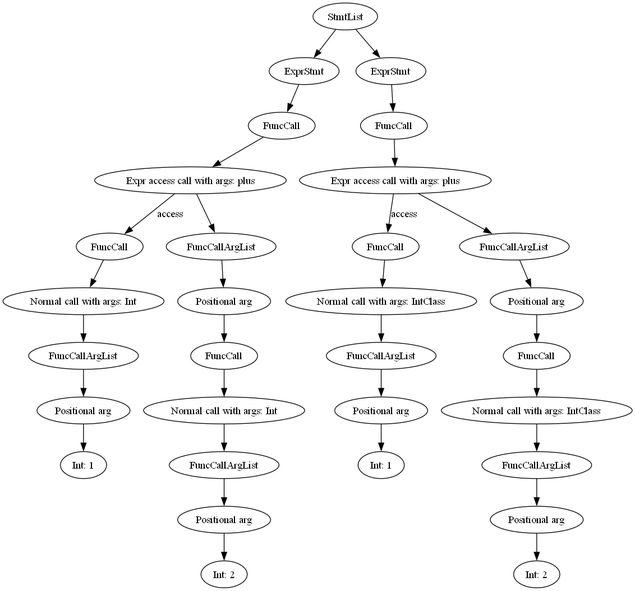
Earlier version of the Graphviz export SwiftLex/swiftSem.png (MatiasMoore/SwiftLexer). Its source is kept beside it as SwiftLex/swiftSem.dot.
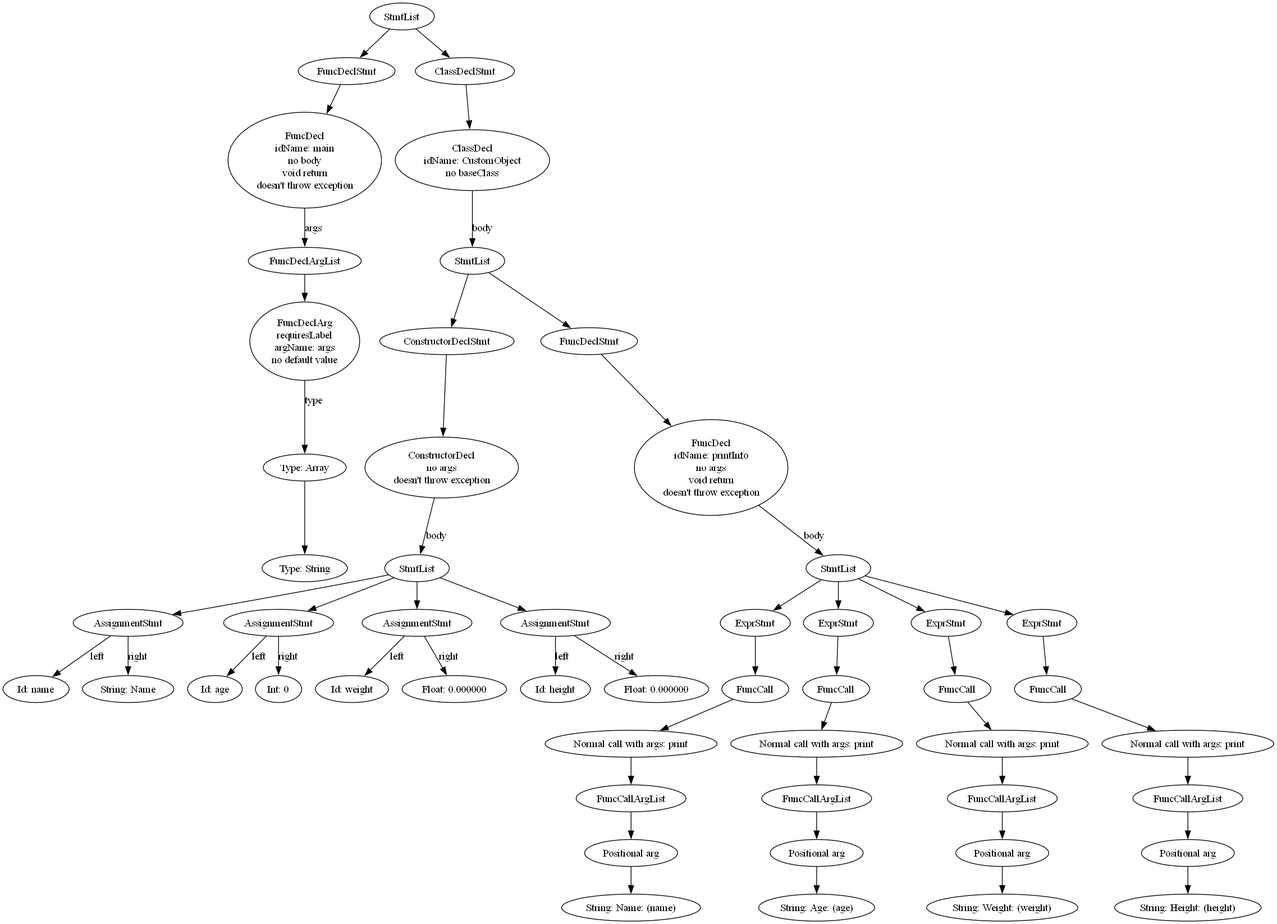
Above is the later version.

Change to the diagram source:
```diff
@@ -1,63 +1,120 @@
 digraph swift {
-4 [label="StmtList"]
-4->3
-3 [label="ExprStmt"]
-3->36
+6 [label="StmtList"]
+6->5
+5 [label="FuncDeclStmt"]
+5->4
+4 [label="FuncDecl
+idName: main
+no body
+void return
+doesn't throw exception"]
+4->3 [label="args"]
+3 [label="FuncDeclArgList"]
+3->2
+2 [label="FuncDeclArg
+requiresLabel
+argName: args
+no default value"]
+2->1 [label="type"]
+1 [label="Type: Array"]
+1->0
+0 [label="Type: String"]
+6->55
+55 [label="ClassDeclStmt"]
+55->54
+54 [label="ClassDecl
+idName: CustomObject
+no baseClass"]
+54->22 [label="body"]
+22 [label="StmtList"]
+22->21
+21 [label="ConstructorDeclStmt"]
+21->20
+20 [label="ConstructorDecl
+no args
+doesn't throw exception"]
+20->10 [label="body"]
+10 [label="StmtList"]
+10->9
+9 [label="AssignmentStmt"]
+9->7 [label="left"]
+9->8 [label="right"]
+7 [label="Id: name"]
+8 [label="String: Name"]
+10->13
+13 [label="AssignmentStmt"]
+13->11 [label="left"]
+13->12 [label="right"]
+11 [label="Id: age"]
+12 [label="Int: 0"]
+10->16
+16 [label="AssignmentStmt"]
+16->14 [label="left"]
+16->15 [label="right"]
+14 [label="Id: weight"]
+15 [label="Float: 0.000000"]
+10->19
+19 [label="AssignmentStmt"]
+19->17 [label="left"]
+19->18 [label="right"]
+17 [label="Id: height"]
+18 [label="Float: 0.000000"]
+22->53
+53 [label="FuncDeclStmt"]
+53->52
+52 [label="FuncDecl
+idName: printInfo
+no args
+void return
+doesn't throw exception"]
+52->30 [label="body"]
+30 [label="StmtList"]
+30->29
+29 [label="ExprStmt"]
+29->28
+28 [label="FuncCall"]
+28->27
+27 [label="Normal call with args: print"]
+27->26
+26 [label="FuncCallArgList"]
+26->25
+25 [label="Positional arg"]
+25->23
+23 [label="String: Name: (name)"]
+30->37
+37 [label="ExprStmt"]
+37->36
 36 [label="FuncCall"]
 36->35
-35 [label="Expr access call with args: plus"]
-35->27 [label="access"]
-27 [label="FuncCall"]
-27->26
-26 [label="Normal call with args: Int"]
-26->25
-25 [label="FuncCallArgList"]
-25->24
-24 [label="Positional arg"]
-24->23
-23 [label="Int: 1"]
+35 [label="Normal call with args: print"]
 35->34
 34 [label="FuncCallArgList"]
 34->33
 33 [label="Positional arg"]
-33->32
-32 [label="FuncCall"]
-32->31
-31 [label="Normal call with args: Int"]
-31->30
-30 [label="FuncCallArgList"]
-30->29
-29 [label="Positional arg"]
-29->28
-28 [label="Int: 2"]
-4->22
-22 [label="ExprStmt"]
-22->21
-21 [label="FuncCall"]
-21->20
-20 [label="Expr access call with args: plus"]
-20->10 [label="access"]
-10 [label="FuncCall"]
-10->9
-9 [label="Normal call with args: IntClass"]
-9->8
-8 [label="FuncCallArgList"]
-8->7
-7 [label="Positional arg"]
-7->5
-5 [label="Int: 1"]
-20->19
-19 [label="FuncCallArgList"]
-19->18
-18 [label="Positional arg"]
-18->16
-16 [label="FuncCall"]
-16->15
-15 [label="Normal call with args: IntClass"]
-15->14
-14 [label="FuncCallArgList"]
-14->13
-13 [label="Positional arg"]
-13->11
-11 [label="Int: 2"]
+33->31
+31 [label="String: Age: (age)"]
+30->44
+44 [label="ExprStmt"]
+44->43
+43 [label="FuncCall"]
+43->42
+42 [label="Normal call with args: print"]
+42->41
+41 [label="FuncCallArgList"]
+41->40
+40 [label="Positional arg"]
+40->38
+38 [label="String: Weight: (weight)"]
+30->51
+51 [label="ExprStmt"]
+51->50
+50 [label="FuncCall"]
+50->49
+49 [label="Normal call with args: print"]
+49->48
+48 [label="FuncCallArgList"]
+48->47
+47 [label="Positional arg"]
+47->45
+45 [label="String: Height: (height)"]
 }
```
